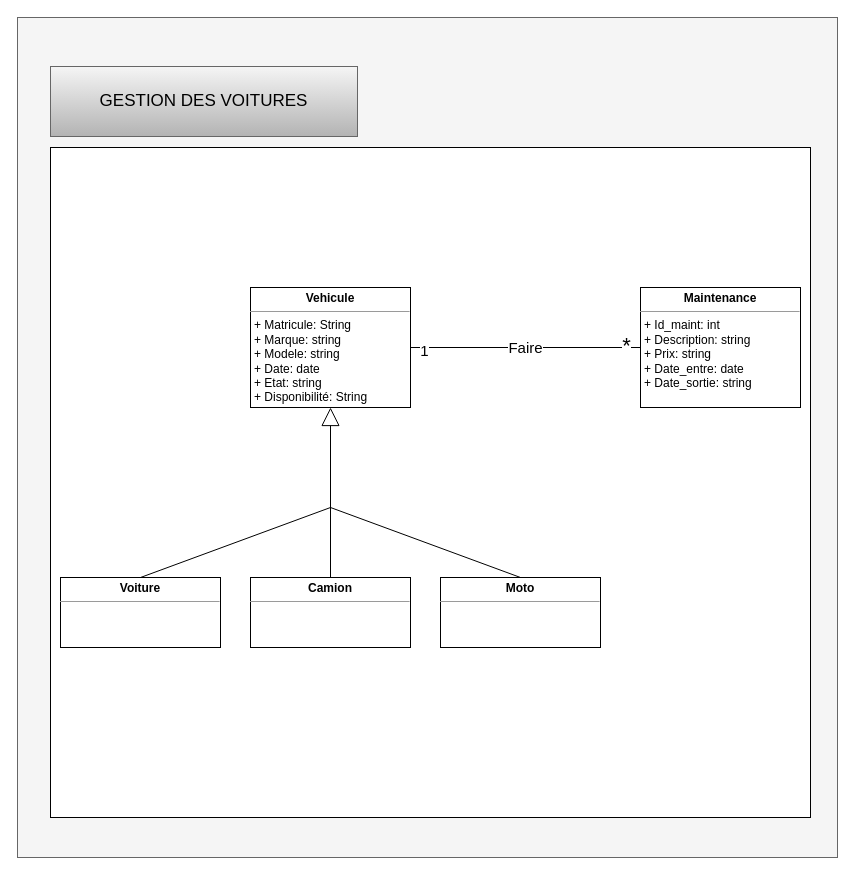
Before: Diagrams/hamid-final/drawio/d-classe-gestionVoitures.drawio in Anesouali007/AutoSchool-Manager, a draw.io diagram. Source tidied: cells renumbered, new cells numbered last; positions are measured from the earlier drawing's top-left corner, leaving out a move shared by most shapes. Both pictures are drawn from the tidied source at 100%, with x=0, y=0 at pixel (17, 17).
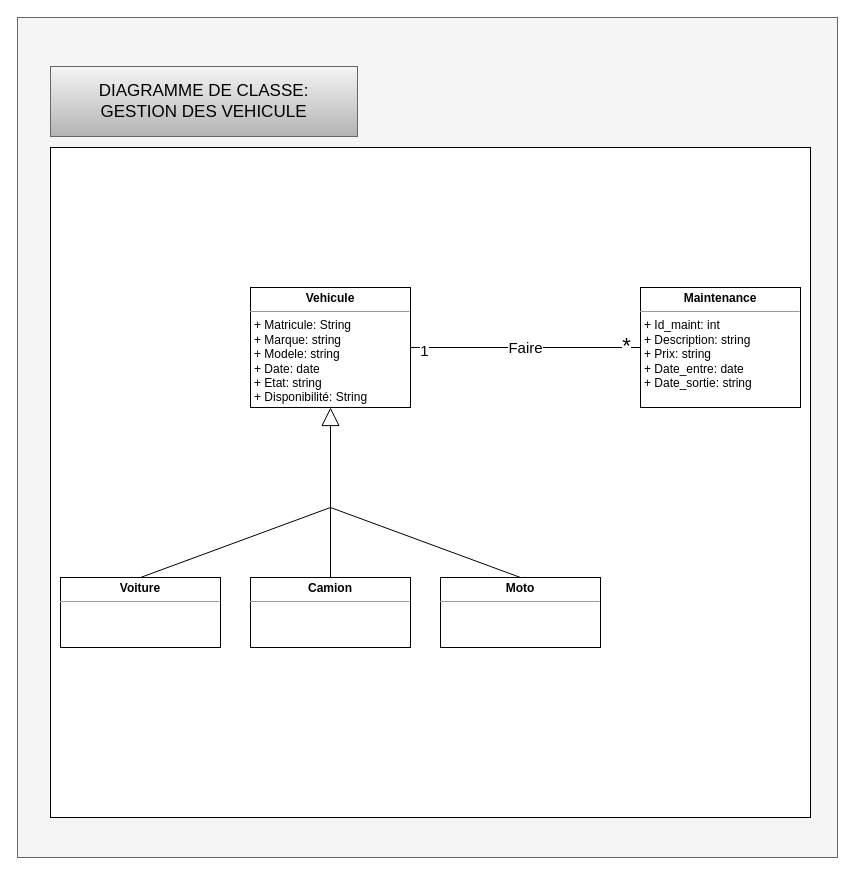
Above is the later version.

Change to the diagram source:
```diff
@@
 <mxGraphModel>
   <root>
     <mxCell id="0" />
     <mxCell id="1" parent="0" />
     <mxCell id="2" style="rounded=0;whiteSpace=wrap;html=1;fillColor=#f5f5f5;fontColor=#333333;strokeColor=#666666;" parent="1" vertex="1">
       <mxGeometry width="820" height="840" as="geometry" />
     </mxCell>
     <mxCell id="3" style="rounded=0;whiteSpace=wrap;html=1;" parent="1" vertex="1">
       <mxGeometry x="33" y="130" width="760" height="670" as="geometry" />
     </mxCell>
-    <mxCell id="4" value="&lt;font style=&quot;font-size: 17px;&quot;&gt;GESTION DES VOITURES&lt;/font&gt;" style="rounded=0;whiteSpace=wrap;html=1;fillColor=#f5f5f5;gradientColor=#b3b3b3;strokeColor=#666666;" parent="1" vertex="1">
+    <mxCell id="4" value="&lt;font style=&quot;font-size: 17px;&quot;&gt;DIAGRAMME DE CLASSE:&lt;br&gt;GESTION DES VEHICULE&lt;/font&gt;" style="rounded=0;whiteSpace=wrap;html=1;fillColor=#f5f5f5;gradientColor=#b3b3b3;strokeColor=#666666;" parent="1" vertex="1">
       <mxGeometry x="33" y="49" width="307" height="70" as="geometry" />
     </mxCell>
     <mxCell id="5" value="&lt;p style=&quot;margin:0px;margin-top:4px;text-align:center;&quot;&gt;&lt;b&gt;Voiture&lt;/b&gt;&lt;/p&gt;&lt;hr size=&quot;1&quot;&gt;&lt;p style=&quot;margin:0px;margin-left:4px;&quot;&gt;&lt;br&gt;&lt;/p&gt;&lt;p style=&quot;margin:0px;margin-left:4px;&quot;&gt;&lt;br&gt;&lt;/p&gt;" style="verticalAlign=top;align=left;overflow=fill;fontSize=12;fontFamily=Helvetica;html=1;" parent="1" vertex="1">
       <mxGeometry x="43" y="560" width="160" height="70" as="geometry" />
     </mxCell>
     <mxCell id="6" value="&lt;p style=&quot;margin:0px;margin-top:4px;text-align:center;&quot;&gt;&lt;b&gt;Vehicule&lt;/b&gt;&lt;/p&gt;&lt;hr size=&quot;1&quot;&gt;&lt;p style=&quot;margin:0px;margin-left:4px;&quot;&gt;+ Matricule: String&lt;/p&gt;&lt;p style=&quot;margin:0px;margin-left:4px;&quot;&gt;+ Marque: string&lt;/p&gt;&lt;p style=&quot;margin:0px;margin-left:4px;&quot;&gt;+ Modele: string&lt;/p&gt;&lt;p style=&quot;margin:0px;margin-left:4px;&quot;&gt;+ Date: date&lt;/p&gt;&lt;p style=&quot;margin:0px;margin-left:4px;&quot;&gt;+ Etat: string&lt;/p&gt;&lt;p style=&quot;margin:0px;margin-left:4px;&quot;&gt;+ Disponibilité: String&lt;/p&gt;&lt;p style=&quot;margin:0px;margin-left:4px;&quot;&gt;&lt;br&gt;&lt;/p&gt;" style="verticalAlign=top;align=left;overflow=fill;fontSize=12;fontFamily=Helvetica;html=1;" parent="1" vertex="1">
       <mxGeometry x="233" y="270" width="160" height="120" as="geometry" />
     </mxCell>
     <mxCell id="7" value="&lt;p style=&quot;margin:0px;margin-top:4px;text-align:center;&quot;&gt;&lt;b&gt;Camion&lt;/b&gt;&lt;/p&gt;&lt;hr size=&quot;1&quot;&gt;&lt;p style=&quot;margin:0px;margin-left:4px;&quot;&gt;&lt;br&gt;&lt;/p&gt;&lt;p style=&quot;margin:0px;margin-left:4px;&quot;&gt;&lt;br&gt;&lt;/p&gt;" style="verticalAlign=top;align=left;overflow=fill;fontSize=12;fontFamily=Helvetica;html=1;" parent="1" vertex="1">
       <mxGeometry x="233" y="560" width="160" height="70" as="geometry" />
     </mxCell>
     <mxCell id="8" value="&lt;p style=&quot;margin:0px;margin-top:4px;text-align:center;&quot;&gt;&lt;b&gt;Moto&lt;/b&gt;&lt;/p&gt;&lt;hr size=&quot;1&quot;&gt;&lt;p style=&quot;margin:0px;margin-left:4px;&quot;&gt;&lt;br&gt;&lt;/p&gt;&lt;p style=&quot;margin:0px;margin-left:4px;&quot;&gt;&lt;br&gt;&lt;/p&gt;" style="verticalAlign=top;align=left;overflow=fill;fontSize=12;fontFamily=Helvetica;html=1;" parent="1" vertex="1">
       <mxGeometry x="423" y="560" width="160" height="70" as="geometry" />
     </mxCell>
     <mxCell id="9" style="endArrow=block;endSize=16;endFill=0;html=1;entryX=0.5;entryY=1;entryDx=0;entryDy=0;exitX=0.5;exitY=0;exitDx=0;exitDy=0;" parent="1" edge="1" source="7" target="6">
       <mxGeometry relative="1" as="geometry" />
     </mxCell>
     <mxCell id="10" style="endArrow=none;html=1;entryX=0.5;entryY=0;entryDx=0;entryDy=0;" parent="1" edge="1" target="5">
       <mxGeometry relative="1" as="geometry">
         <mxPoint x="313" y="490" as="sourcePoint" />
       </mxGeometry>
     </mxCell>
     <mxCell id="11" style="endArrow=none;html=1;exitX=0.5;exitY=0;exitDx=0;exitDy=0;" parent="1" edge="1" source="8">
       <mxGeometry relative="1" as="geometry">
         <mxPoint x="313" y="490" as="targetPoint" />
       </mxGeometry>
     </mxCell>
     <mxCell id="12" value="&lt;p style=&quot;margin:0px;margin-top:4px;text-align:center;&quot;&gt;&lt;b&gt;Maintenance&lt;/b&gt;&lt;/p&gt;&lt;hr size=&quot;1&quot;&gt;&lt;p style=&quot;margin:0px;margin-left:4px;&quot;&gt;+ Id_maint: int&lt;/p&gt;&lt;p style=&quot;margin:0px;margin-left:4px;&quot;&gt;+ Description: string&lt;/p&gt;&lt;p style=&quot;margin:0px;margin-left:4px;&quot;&gt;+ Prix: string&lt;/p&gt;&lt;p style=&quot;margin:0px;margin-left:4px;&quot;&gt;+ Date_entre: date&lt;/p&gt;&lt;p style=&quot;margin:0px;margin-left:4px;&quot;&gt;+ Date_sortie: string&lt;/p&gt;&lt;p style=&quot;margin:0px;margin-left:4px;&quot;&gt;&lt;br&gt;&lt;/p&gt;" style="verticalAlign=top;align=left;overflow=fill;fontSize=12;fontFamily=Helvetica;html=1;" parent="1" vertex="1">
       <mxGeometry x="623" y="270" width="160" height="120" as="geometry" />
     </mxCell>
     <mxCell id="13" value="&lt;font style=&quot;font-size: 15px;&quot;&gt;Faire&lt;/font&gt;" style="endArrow=none;html=1;exitX=1;exitY=0.5;exitDx=0;exitDy=0;entryX=0;entryY=0.5;entryDx=0;entryDy=0;" parent="1" edge="1" source="6" target="12">
       <mxGeometry relative="1" as="geometry" />
     </mxCell>
     <mxCell id="14" value="&lt;font style=&quot;font-size: 22px;&quot;&gt;*&lt;/font&gt;" style="edgeLabel;html=1;align=center;verticalAlign=middle;" parent="13" vertex="1">
       <mxGeometry x="0.87" y="2" relative="1" as="geometry" />
     </mxCell>
     <mxCell id="15" value="&lt;font style=&quot;font-size: 15px;&quot;&gt;1&lt;/font&gt;" style="edgeLabel;html=1;align=center;verticalAlign=middle;fontSize=22;" parent="13" vertex="1">
       <mxGeometry x="-0.89" y="-1" relative="1" as="geometry" />
     </mxCell>
   </root>
 </mxGraphModel>
```
